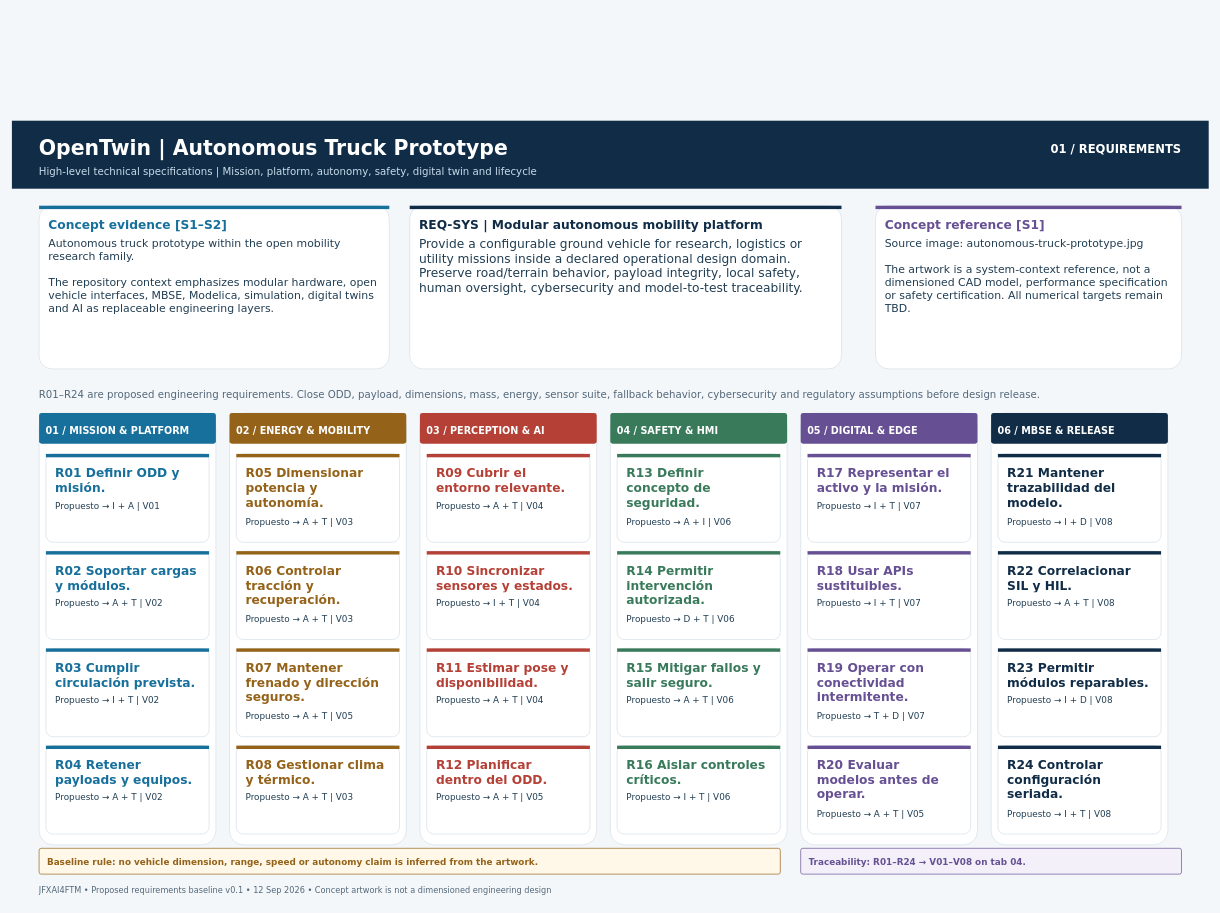
Earlier version of the draw.io diagram page "01 Requirements" (1 of 4) of MBSE/CAS/Drawio/autonomous-truck-technical-requirements.drawio (robotics-intelligent-systems/jfxai4mass). Source tidied: cells renumbered, new cells numbered last; positions are measured from the earlier drawing's top-left corner, leaving out a move shared by most shapes. Both pictures are drawn from the tidied source at 68%, with x=0, y=0 at pixel (12, 120).
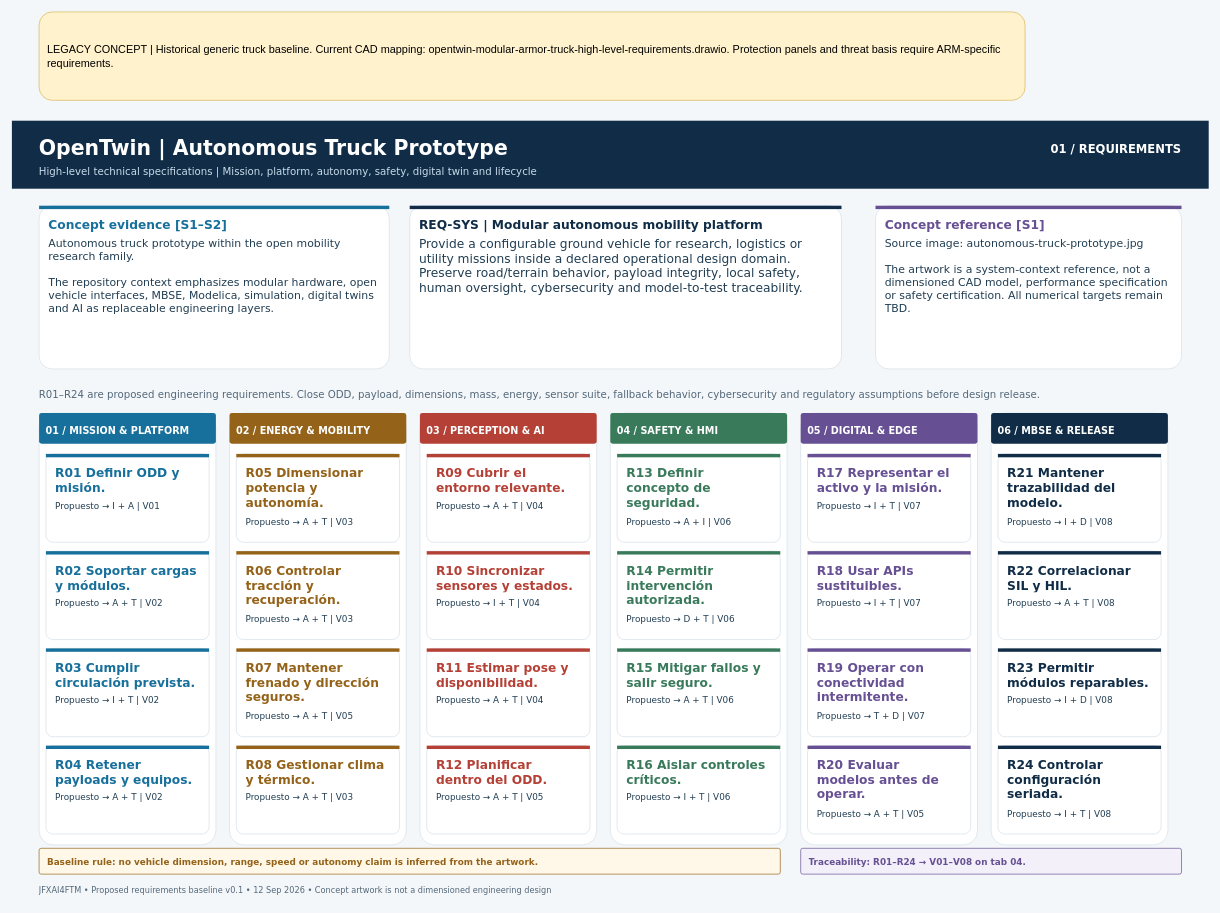
After the change.

Commit message (it also covers changes not shown here):
docs(mbse): refactor high-level requirements for current CAD concepts

Diff of the diagram source:
```diff
@@
+    <mxCell id="138" value="LEGACY CONCEPT | Historical generic truck baseline. Current CAD mapping: opentwin-modular-armor-truck-high-level-requirements.drawio. Protection panels and threat basis require ARM-specific requirements." style="rounded=1;whiteSpace=wrap;html=0;fillColor=#fff2cc;strokeColor=#d6b656;fontSize=16;align=left;spacing=12;" parent="1" vertex="1">
+      <mxGeometry x="40" y="-160" width="1450" height="130" as="geometry" />
+    </mxCell>
```
